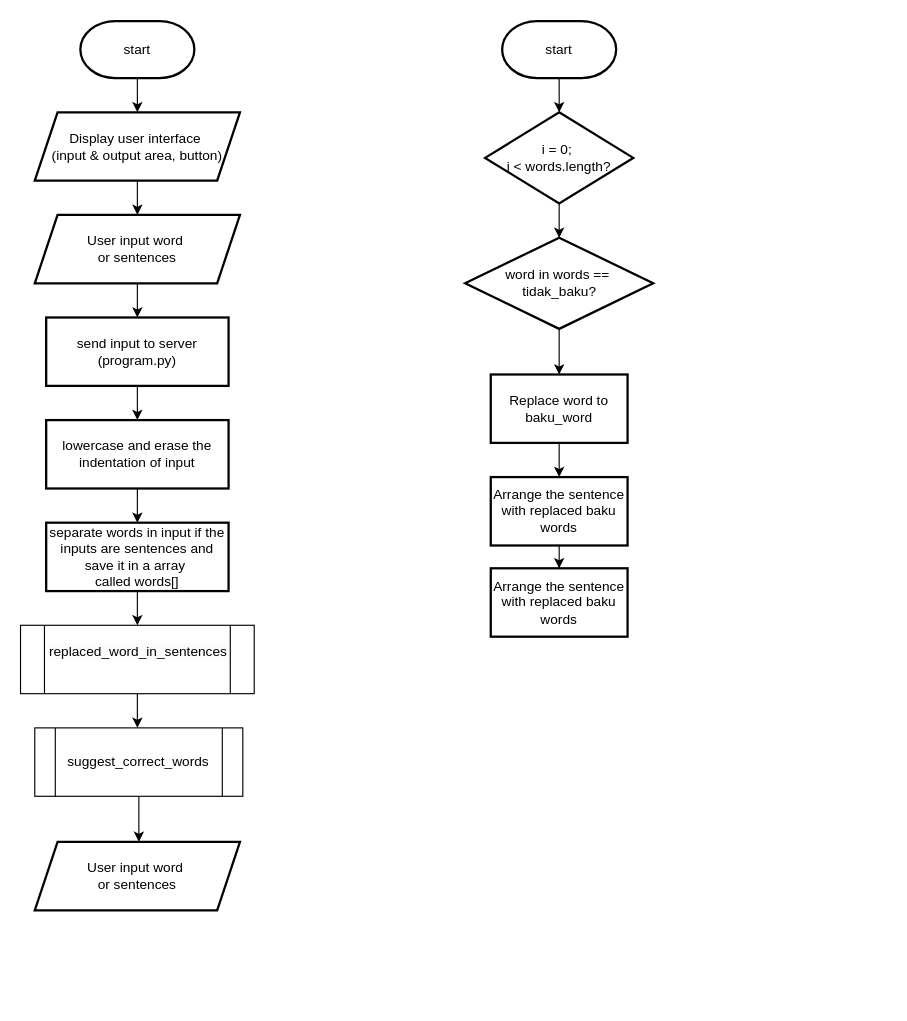
Earlier version of the draw.io diagram flow_utapis_kata_baku.drawio (jezreelkosasih/diagram). Source tidied: cells renumbered, new cells numbered last; positions are measured from the earlier drawing's top-left corner, leaving out a move shared by most shapes. Both pictures are drawn from the tidied source at 114%, with x=0, y=0 at pixel (21, 21).
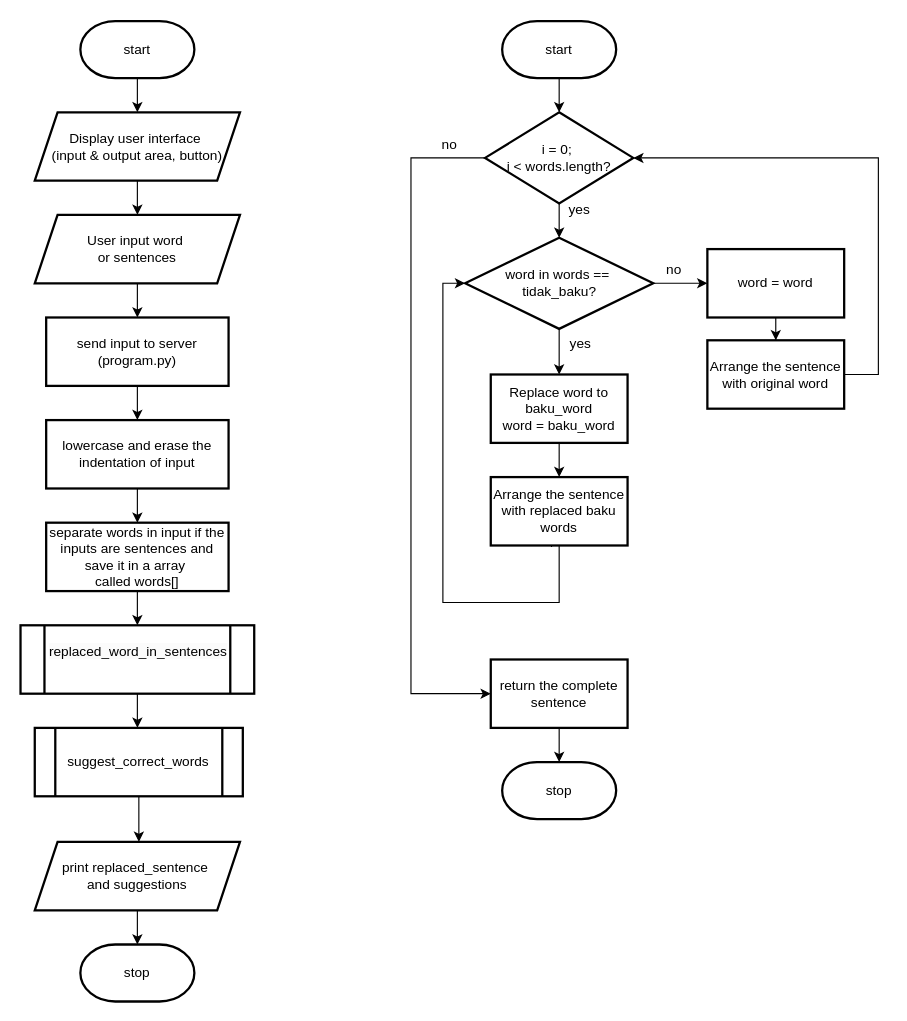
The same page after the edit.

Unchanged cells that the change refers to:
```xml
<mxCell id="19" value="i = 0;&amp;nbsp;&lt;div&gt;i &amp;lt; words.length?&lt;/div&gt;" style="rhombus;whiteSpace=wrap;html=1;strokeWidth=2;" parent="1" vertex="1">
  <mxGeometry x="407" y="80" width="130" height="80" as="geometry" />
</mxCell>
<mxCell id="21" value="word in words ==&amp;nbsp;&lt;div&gt;tidak_baku?&lt;/div&gt;" style="rhombus;whiteSpace=wrap;html=1;strokeWidth=2;" parent="1" vertex="1">
  <mxGeometry x="389.5" y="190" width="165" height="80" as="geometry" />
</mxCell>
<mxCell id="25" value="Arrange the sentence with replaced baku words" style="whiteSpace=wrap;html=1;strokeWidth=2;" parent="1" vertex="1">
  <mxGeometry x="412" y="400" width="120" height="60" as="geometry" />
</mxCell>
```

Change to the diagram source:
```diff
@@
-    <mxCell id="15" value="&#10;&lt;span style=&quot;color: rgb(0, 0, 0); font-family: Helvetica; font-size: 12px; font-style: normal; font-variant-ligatures: normal; font-variant-caps: normal; font-weight: 400; letter-spacing: normal; orphans: 2; text-align: center; text-indent: 0px; text-transform: none; widows: 2; word-spacing: 0px; -webkit-text-stroke-width: 0px; white-space: normal; background-color: rgb(251, 251, 251); text-decoration-thickness: initial; text-decoration-style: initial; text-decoration-color: initial; display: inline !important; float: none;&quot;&gt;replaced_word_in_sentences&lt;/span&gt;&#10;&#10;" style="shape=process;whiteSpace=wrap;html=1;backgroundOutline=1;" parent="1" vertex="1">
+    <mxCell id="15" value="&#10;&lt;span style=&quot;color: rgb(0, 0, 0); font-family: Helvetica; font-size: 12px; font-style: normal; font-variant-ligatures: normal; font-variant-caps: normal; font-weight: 400; letter-spacing: normal; orphans: 2; text-align: center; text-indent: 0px; text-transform: none; widows: 2; word-spacing: 0px; -webkit-text-stroke-width: 0px; white-space: normal; background-color: rgb(251, 251, 251); text-decoration-thickness: initial; text-decoration-style: initial; text-decoration-color: initial; display: inline !important; float: none;&quot;&gt;replaced_word_in_sentences&lt;/span&gt;&#10;&#10;" style="shape=process;whiteSpace=wrap;html=1;backgroundOutline=1;strokeWidth=2;" parent="1" vertex="1">
       <mxGeometry x="-0.5" y="530" width="205" height="60" as="geometry" />
     </mxCell>
@@
+    <mxCell id="30" style="edgeStyle=orthogonalEdgeStyle;rounded=0;jettySize=auto;html=1;entryX=0;entryY=0.5;entryDx=0;entryDy=0;exitX=0;exitY=0.5;exitDx=0;exitDy=0;" parent="1" edge="1" source="19" target="36">
+      <mxGeometry relative="1" as="geometry">
+        <Array as="points">
+          <mxPoint x="342" y="120" />
+          <mxPoint x="342" y="590" />
+        </Array>
+      </mxGeometry>
+    </mxCell>
+    <mxCell id="31" style="edgeStyle=orthogonalEdgeStyle;rounded=0;jettySize=auto;html=1;" parent="1" edge="1" source="21" target="39">
+      <mxGeometry relative="1" as="geometry" />
+    </mxCell>
@@
-    <mxCell id="23" value="Replace word to baku_word" style="whiteSpace=wrap;html=1;strokeWidth=2;" parent="1" vertex="1">
+    <mxCell id="23" value="Replace word to baku_word&lt;div&gt;word = baku_word&lt;/div&gt;" style="whiteSpace=wrap;html=1;strokeWidth=2;" parent="1" vertex="1">
       <mxGeometry x="412" y="310" width="120" height="60" as="geometry" />
     </mxCell>
-    <mxCell id="24" style="edgeStyle=orthogonalEdgeStyle;rounded=0;jettySize=auto;html=1;" parent="1" edge="1" source="25" target="26">
-      <mxGeometry relative="1" as="geometry" />
-    </mxCell>
@@
-    <mxCell id="26" value="Arrange the sentence with replaced baku words" style="whiteSpace=wrap;html=1;strokeWidth=2;" parent="1" vertex="1">
-      <mxGeometry x="412" y="480" width="120" height="60" as="geometry" />
-    </mxCell>
+    <mxCell id="32" style="edgeStyle=orthogonalEdgeStyle;rounded=0;jettySize=auto;html=1;entryX=0;entryY=0.5;entryDx=0;entryDy=0;exitX=0.444;exitY=1.022;exitDx=0;exitDy=0;exitPerimeter=0;" parent="1" edge="1" source="25" target="21">
+      <mxGeometry relative="1" as="geometry">
+        <Array as="points">
+          <mxPoint x="465" y="460" />
+          <mxPoint x="472" y="460" />
+          <mxPoint x="472" y="510" />
+          <mxPoint x="370" y="510" />
+          <mxPoint x="370" y="230" />
+        </Array>
+      </mxGeometry>
+    </mxCell>
@@
-    <mxCell id="28" value="suggest_correct_words" style="shape=process;whiteSpace=wrap;html=1;backgroundOutline=1;" parent="1" vertex="1">
+    <mxCell id="28" value="suggest_correct_words" style="shape=process;whiteSpace=wrap;html=1;backgroundOutline=1;strokeWidth=2;" parent="1" vertex="1">
       <mxGeometry x="12" y="620" width="182.5" height="60" as="geometry" />
     </mxCell>
+    <mxCell id="33" style="edgeStyle=orthogonalEdgeStyle;rounded=0;jettySize=auto;html=1;" parent="1" edge="1" source="29" target="34">
+      <mxGeometry relative="1" as="geometry" />
+    </mxCell>
-    <mxCell id="29" value="User input word&amp;nbsp;&lt;div&gt;or sentences&lt;/div&gt;" style="shape=parallelogram;perimeter=parallelogramPerimeter;whiteSpace=wrap;html=1;fixedSize=1;strokeWidth=2;" parent="1" vertex="1">
+    <mxCell id="29" value="print replaced_sentence&amp;nbsp;&lt;div&gt;and suggestions&lt;/div&gt;" style="shape=parallelogram;perimeter=parallelogramPerimeter;whiteSpace=wrap;html=1;fixedSize=1;strokeWidth=2;" parent="1" vertex="1">
       <mxGeometry x="12" y="720" width="180" height="60" as="geometry" />
     </mxCell>
+    <mxCell id="34" value="stop" style="strokeWidth=2;html=1;shape=mxgraph.flowchart.terminator;whiteSpace=wrap;" parent="1" vertex="1">
+      <mxGeometry x="52" y="810" width="100" height="50" as="geometry" />
+    </mxCell>
+    <mxCell id="35" style="edgeStyle=orthogonalEdgeStyle;rounded=0;jettySize=auto;html=1;" parent="1" edge="1" source="36" target="37">
+      <mxGeometry relative="1" as="geometry" />
+    </mxCell>
+    <mxCell id="36" value="return the complete sentence" style="whiteSpace=wrap;html=1;strokeWidth=2;" parent="1" vertex="1">
+      <mxGeometry x="412" y="560" width="120" height="60" as="geometry" />
+    </mxCell>
+    <mxCell id="37" value="stop" style="strokeWidth=2;html=1;shape=mxgraph.flowchart.terminator;whiteSpace=wrap;" parent="1" vertex="1">
+      <mxGeometry x="422" y="650" width="100" height="50" as="geometry" />
+    </mxCell>
+    <mxCell id="38" style="edgeStyle=orthogonalEdgeStyle;rounded=0;jettySize=auto;html=1;" parent="1" edge="1" source="39" target="41">
+      <mxGeometry relative="1" as="geometry" />
+    </mxCell>
+    <mxCell id="39" value="word = word" style="whiteSpace=wrap;html=1;strokeWidth=2;" parent="1" vertex="1">
+      <mxGeometry x="602" y="200" width="120" height="60" as="geometry" />
+    </mxCell>
+    <mxCell id="40" style="edgeStyle=orthogonalEdgeStyle;rounded=0;jettySize=auto;html=1;entryX=1;entryY=0.5;entryDx=0;entryDy=0;" parent="1" edge="1" source="41" target="19">
+      <mxGeometry relative="1" as="geometry">
+        <Array as="points">
+          <mxPoint x="752" y="310" />
+          <mxPoint x="752" y="120" />
+        </Array>
+      </mxGeometry>
+    </mxCell>
+    <mxCell id="41" value="Arrange the sentence with original word" style="whiteSpace=wrap;html=1;strokeWidth=2;" parent="1" vertex="1">
+      <mxGeometry x="602" y="280" width="120" height="60" as="geometry" />
+    </mxCell>
+    <mxCell id="42" value="yes" style="text;html=1;align=center;verticalAlign=middle;whiteSpace=wrap;rounded=0;" parent="1" vertex="1">
+      <mxGeometry x="460" y="151" width="60" height="30" as="geometry" />
+    </mxCell>
+    <mxCell id="43" value="no" style="text;html=1;align=center;verticalAlign=middle;whiteSpace=wrap;rounded=0;" parent="1" vertex="1">
+      <mxGeometry x="346" y="94" width="60" height="30" as="geometry" />
+    </mxCell>
+    <mxCell id="44" value="yes" style="text;html=1;align=center;verticalAlign=middle;whiteSpace=wrap;rounded=0;" parent="1" vertex="1">
+      <mxGeometry x="461" y="268" width="60" height="30" as="geometry" />
+    </mxCell>
+    <mxCell id="45" value="no" style="text;html=1;align=center;verticalAlign=middle;whiteSpace=wrap;rounded=0;" parent="1" vertex="1">
+      <mxGeometry x="543" y="203" width="60" height="30" as="geometry" />
+    </mxCell>
```
